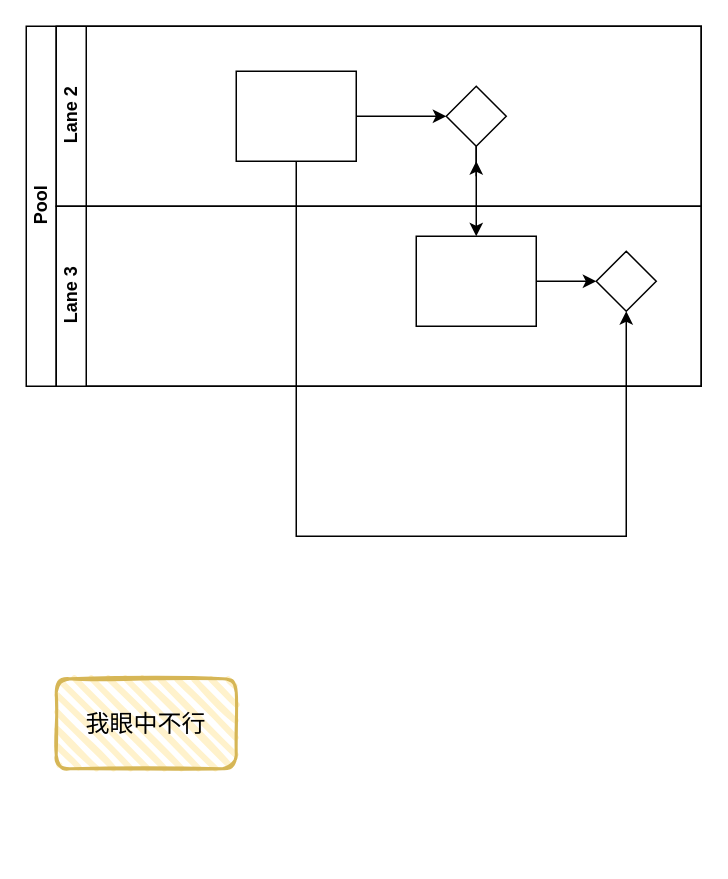
Before: 测试.drawio in gudanrenao/draw.io, a draw.io diagram. Source tidied: cells renumbered, new cells numbered last; positions are measured from the earlier drawing's top-left corner, leaving out a move shared by most shapes. Both pictures are drawn from the tidied source at 150%, with x=0, y=0 at pixel (26, 26).
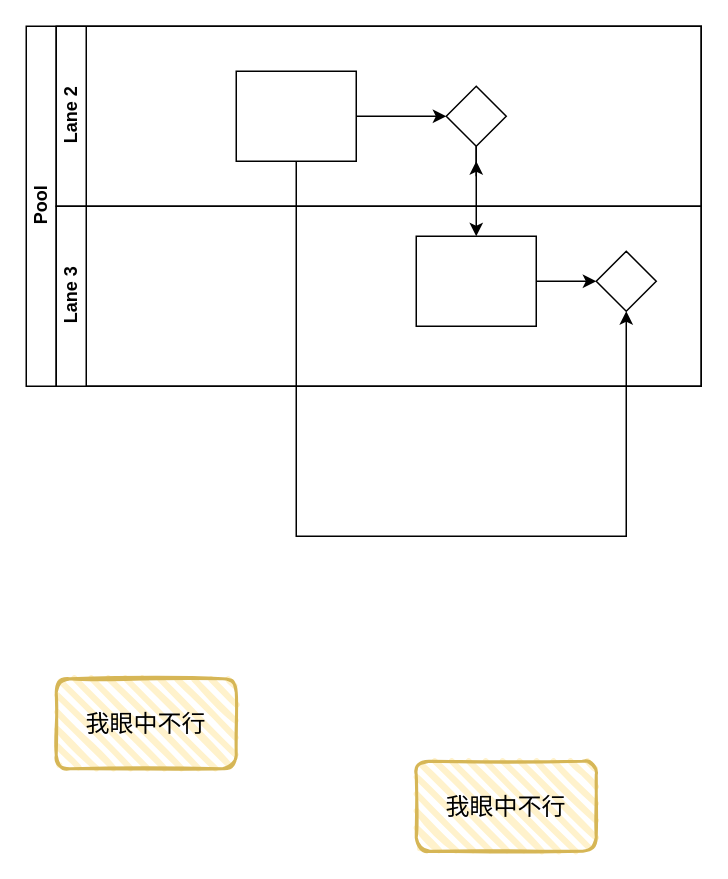
The same page after the edit.

Diff of the diagram source:
```diff
@@
 <mxGraphModel>
   <root>
     <mxCell id="0" />
     <mxCell id="1" parent="0" />
     <mxCell id="2" value="Pool" style="swimlane;html=1;horizontal=0;startSize=20;" parent="1" vertex="1">
       <mxGeometry width="450" height="240" as="geometry" />
     </mxCell>
     <mxCell id="3" style="edgeStyle=orthogonalEdgeStyle;rounded=0;jettySize=auto;html=1;dashed=1;endArrow=none;endFill=0;" parent="2" edge="1" target="9">
       <mxGeometry relative="1" as="geometry">
         <mxPoint x="180" y="90" as="sourcePoint" />
       </mxGeometry>
     </mxCell>
     <mxCell id="4" style="edgeStyle=orthogonalEdgeStyle;rounded=0;jettySize=auto;html=1;endArrow=classic;endFill=1;" parent="2" edge="1" source="10">
       <mxGeometry relative="1" as="geometry">
         <mxPoint x="300" y="90" as="targetPoint" />
       </mxGeometry>
     </mxCell>
     <mxCell id="5" style="edgeStyle=orthogonalEdgeStyle;rounded=0;jettySize=auto;html=1;endArrow=classic;endFill=1;" parent="2" edge="1" source="10" target="13">
       <mxGeometry relative="1" as="geometry" />
     </mxCell>
     <mxCell id="6" style="edgeStyle=orthogonalEdgeStyle;rounded=0;jettySize=auto;html=1;endArrow=classic;endFill=1;" parent="2" edge="1" source="9" target="14">
       <mxGeometry relative="1" as="geometry">
         <Array as="points">
           <mxPoint x="180" y="340" />
           <mxPoint x="400" y="340" />
         </Array>
       </mxGeometry>
     </mxCell>
     <mxCell id="7" value="Lane 2" style="swimlane;html=1;startSize=20;horizontal=0;" parent="2" vertex="1">
       <mxGeometry x="20" width="430" height="120" as="geometry" />
     </mxCell>
     <mxCell id="8" style="edgeStyle=orthogonalEdgeStyle;rounded=0;jettySize=auto;html=1;endArrow=classic;endFill=1;" parent="7" edge="1" source="9" target="10">
       <mxGeometry relative="1" as="geometry" />
     </mxCell>
     <mxCell id="9" style="rounded=0;whiteSpace=wrap;html=1;fontFamily=Helvetica;fontSize=12;fontColor=#000000;align=center;" parent="7" vertex="1">
       <mxGeometry x="120" y="30" width="80" height="60" as="geometry" />
     </mxCell>
     <mxCell id="10" style="rhombus;whiteSpace=wrap;html=1;fontFamily=Helvetica;fontSize=12;fontColor=#000000;align=center;" parent="7" vertex="1">
       <mxGeometry x="260" y="40" width="40" height="40" as="geometry" />
     </mxCell>
     <mxCell id="11" value="Lane 3" style="swimlane;html=1;startSize=20;horizontal=0;" parent="2" vertex="1">
       <mxGeometry x="20" y="120" width="430" height="120" as="geometry" />
     </mxCell>
     <mxCell id="12" style="edgeStyle=orthogonalEdgeStyle;rounded=0;jettySize=auto;html=1;endArrow=classic;endFill=1;" parent="11" edge="1" source="13" target="14">
       <mxGeometry relative="1" as="geometry" />
     </mxCell>
     <mxCell id="13" style="rounded=0;whiteSpace=wrap;html=1;fontFamily=Helvetica;fontSize=12;fontColor=#000000;align=center;" parent="11" vertex="1">
       <mxGeometry x="240" y="20" width="80" height="60" as="geometry" />
     </mxCell>
     <mxCell id="14" style="rhombus;whiteSpace=wrap;html=1;fontFamily=Helvetica;fontSize=12;fontColor=#000000;align=center;" parent="11" vertex="1">
       <mxGeometry x="360" y="30" width="40" height="40" as="geometry" />
     </mxCell>
     <mxCell id="15" value="&lt;font style=&quot;font-size: 16px;&quot;&gt;我眼中不行&lt;/font&gt;" style="rounded=1;whiteSpace=wrap;html=1;strokeWidth=2;fillWeight=4;hachureGap=8;hachureAngle=45;fillColor=#fff2cc;sketch=1;strokeColor=#d6b656;" parent="1" vertex="1">
       <mxGeometry x="20" y="435" width="120" height="60" as="geometry" />
     </mxCell>
+    <mxCell id="16" value="&lt;font style=&quot;font-size: 16px;&quot;&gt;我眼中不行&lt;/font&gt;" style="rounded=1;whiteSpace=wrap;html=1;strokeWidth=2;fillWeight=4;hachureGap=8;hachureAngle=45;fillColor=#fff2cc;sketch=1;strokeColor=#d6b656;" parent="1" vertex="1">
+      <mxGeometry x="260" y="490" width="120" height="60" as="geometry" />
+    </mxCell>
   </root>
 </mxGraphModel>
```
